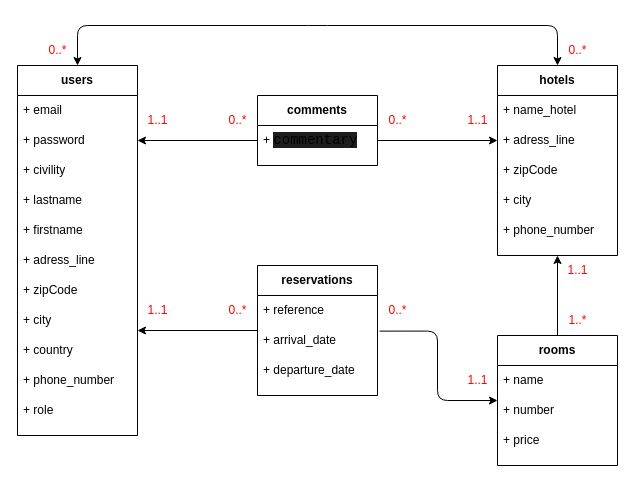
The draw.io diagram Conception/diagrammeBaseDeDonnées.drawio in SebastienCANVILLE/backdreaminluxehotelnew, before the edit. Source tidied: cells renumbered, new cells numbered last; positions are measured from the earlier drawing's top-left corner, leaving out a move shared by most shapes. Both pictures are drawn from the tidied source at 100%, with x=0, y=0 at pixel (17, 25).
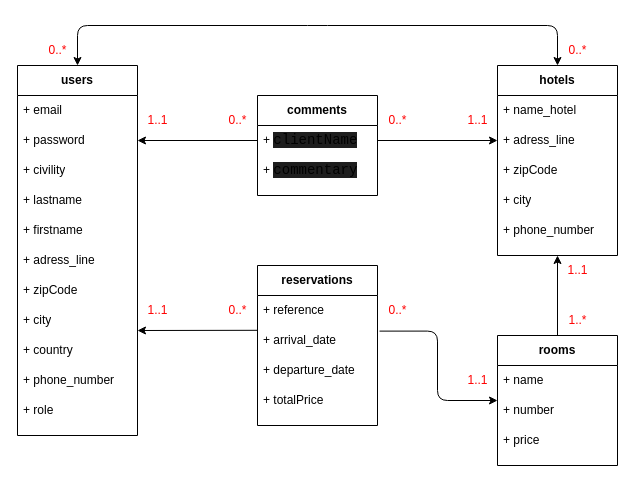
After the change.

Unchanged cells that the change refers to:
```xml
<mxCell id="17" value="+ arrival_date" style="text;strokeColor=none;fillColor=none;align=left;verticalAlign=middle;spacingLeft=4;spacingRight=4;overflow=hidden;points=[[0,0.5],[1,0.5]];portConstraint=eastwest;whiteSpace=wrap;html=1;" parent="15" vertex="1">
  <mxGeometry y="60" width="120" height="30" as="geometry" />
</mxCell>
```

Change to the diagram source:
```diff
@@
-    <mxCell id="14" style="edgeStyle=none;html=1;" parent="1" edge="1" source="15">
+    <mxCell id="14" style="edgeStyle=none;html=1;exitX=-0.003;exitY=0.16;exitDx=0;exitDy=0;exitPerimeter=0;" parent="1" edge="1" source="17">
       <mxGeometry relative="1" as="geometry">
         <mxPoint x="120" y="305" as="targetPoint" />
       </mxGeometry>
     </mxCell>
     <mxCell id="15" value="reservations" style="swimlane;whiteSpace=wrap;html=1;startSize=30;" parent="1" vertex="1">
-      <mxGeometry x="240" y="240" width="120" height="130" as="geometry" />
+      <mxGeometry x="240" y="240" width="120" height="160" as="geometry" />
     </mxCell>
@@
+    <mxCell id="48" value="+ totalPrice" style="text;strokeColor=none;fillColor=none;align=left;verticalAlign=middle;spacingLeft=4;spacingRight=4;overflow=hidden;whiteSpace=wrap;html=1;" parent="15" vertex="1">
+      <mxGeometry y="120" width="120" height="30" as="geometry" />
+    </mxCell>
@@
     <mxCell id="36" value="comments" style="swimlane;whiteSpace=wrap;html=1;startSize=30;" parent="1" vertex="1">
-      <mxGeometry x="240" y="70" width="120" height="70" as="geometry" />
+      <mxGeometry x="240" y="70" width="120" height="100" as="geometry" />
     </mxCell>
-    <mxCell id="37" value="+&amp;nbsp;&lt;span style=&quot;background-color: rgb(30, 30, 30); font-family: Consolas, &amp;quot;Courier New&amp;quot;, monospace; font-size: 14px;&quot;&gt;commentary&lt;/span&gt;" style="text;strokeColor=none;fillColor=none;align=left;verticalAlign=middle;spacingLeft=4;spacingRight=4;overflow=hidden;points=[[0,0.5],[1,0.5]];portConstraint=eastwest;whiteSpace=wrap;html=1;" parent="36" vertex="1">
+    <mxCell id="37" value="+&amp;nbsp;&lt;span style=&quot;background-color: rgb(30, 30, 30); font-family: Consolas, &amp;quot;Courier New&amp;quot;, monospace; font-size: 14px;&quot;&gt;clientName&lt;/span&gt;" style="text;strokeColor=none;fillColor=none;align=left;verticalAlign=middle;spacingLeft=4;spacingRight=4;overflow=hidden;points=[[0,0.5],[1,0.5]];portConstraint=eastwest;whiteSpace=wrap;html=1;" parent="36" vertex="1">
       <mxGeometry y="30" width="120" height="30" as="geometry" />
     </mxCell>
+    <mxCell id="49" value="+&amp;nbsp;&lt;span style=&quot;background-color: rgb(30, 30, 30); font-family: Consolas, &amp;quot;Courier New&amp;quot;, monospace; font-size: 14px;&quot;&gt;commentary&lt;/span&gt;" style="text;strokeColor=none;fillColor=none;align=left;verticalAlign=middle;spacingLeft=4;spacingRight=4;overflow=hidden;whiteSpace=wrap;html=1;" parent="36" vertex="1">
+      <mxGeometry y="60" width="120" height="30" as="geometry" />
+    </mxCell>
```
